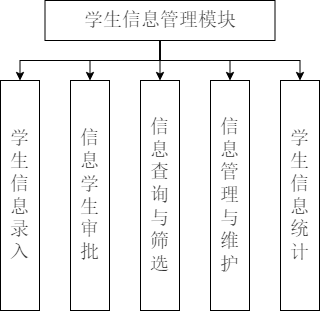
Earlier version of the draw.io export 未命名绘图.drawio.png (w1791105996/About-CSS3). Source tidied: cells renumbered, new cells last; positions are measured from the earlier drawing's top-left corner, leaving out a move shared by most shapes. The source it was exported from:
```xml
<mxGraphModel>
  <root>
    <mxCell id="0" />
    <mxCell id="1" parent="0" />
    <mxCell id="2" style="edgeStyle=orthogonalEdgeStyle;rounded=0;jettySize=auto;html=1;exitX=0.5;exitY=1;exitDx=0;exitDy=0;entryX=0.5;entryY=0;entryDx=0;entryDy=0;" parent="1" edge="1" source="7" target="10">
      <mxGeometry relative="1" as="geometry" />
    </mxCell>
    <mxCell id="3" style="edgeStyle=orthogonalEdgeStyle;rounded=0;jettySize=auto;html=1;exitX=0.5;exitY=1;exitDx=0;exitDy=0;entryX=0.5;entryY=0;entryDx=0;entryDy=0;" parent="1" edge="1" source="7" target="11">
      <mxGeometry relative="1" as="geometry" />
    </mxCell>
    <mxCell id="4" style="edgeStyle=orthogonalEdgeStyle;rounded=0;jettySize=auto;html=1;exitX=0.5;exitY=1;exitDx=0;exitDy=0;entryX=0.5;entryY=0;entryDx=0;entryDy=0;" parent="1" edge="1" source="7" target="12">
      <mxGeometry relative="1" as="geometry" />
    </mxCell>
    <mxCell id="5" style="edgeStyle=orthogonalEdgeStyle;rounded=0;jettySize=auto;html=1;exitX=0.5;exitY=1;exitDx=0;exitDy=0;entryX=0.5;entryY=0;entryDx=0;entryDy=0;" parent="1" edge="1" source="7" target="9">
      <mxGeometry relative="1" as="geometry" />
    </mxCell>
    <mxCell id="6" style="edgeStyle=orthogonalEdgeStyle;rounded=0;jettySize=auto;html=1;exitX=0.5;exitY=1;exitDx=0;exitDy=0;entryX=0.5;entryY=0;entryDx=0;entryDy=0;" parent="1" edge="1" source="7" target="8">
      <mxGeometry relative="1" as="geometry" />
    </mxCell>
    <mxCell id="7" value="&lt;span style=&quot;color: rgb(50, 50, 50); font-family: 宋体; font-size: 19px; background-color: rgba(255, 255, 255, 0.01);&quot;&gt;学生信息管理模块&lt;/span&gt;" style="rounded=0;whiteSpace=wrap;html=1;fontFamily=宋体;fontSize=19;" parent="1" vertex="1">
      <mxGeometry x="44.5" width="230" height="40" as="geometry" />
    </mxCell>
    <mxCell id="8" value="&lt;span style=&quot;color: rgb(50, 50, 50); background-color: rgba(255, 255, 255, 0.01);&quot;&gt;学生信息录入&lt;/span&gt;" style="rounded=0;whiteSpace=wrap;html=1;fontFamily=宋体;fontSize=19;" parent="1" vertex="1">
      <mxGeometry y="80" width="39" height="230" as="geometry" />
    </mxCell>
    <mxCell id="9" value="&lt;span style=&quot;color: rgb(50, 50, 50); background-color: rgba(255, 255, 255, 0.01);&quot;&gt;信息学生审批&lt;/span&gt;" style="rounded=0;whiteSpace=wrap;html=1;fontFamily=宋体;fontSize=19;" parent="1" vertex="1">
      <mxGeometry x="70" y="80" width="39" height="230" as="geometry" />
    </mxCell>
    <mxCell id="10" value="&lt;span style=&quot;color: rgb(50, 50, 50); background-color: rgba(255, 255, 255, 0.01);&quot;&gt;信息查询与筛选&lt;/span&gt;" style="rounded=0;whiteSpace=wrap;html=1;fontFamily=宋体;fontSize=19;" parent="1" vertex="1">
      <mxGeometry x="140" y="80" width="39" height="230" as="geometry" />
    </mxCell>
    <mxCell id="11" value="&lt;span style=&quot;color: rgb(50, 50, 50); background-color: rgba(255, 255, 255, 0.01);&quot;&gt;信息管理与维护&lt;/span&gt;" style="rounded=0;whiteSpace=wrap;html=1;fontFamily=宋体;fontSize=19;" parent="1" vertex="1">
      <mxGeometry x="210" y="80" width="39" height="230" as="geometry" />
    </mxCell>
    <mxCell id="12" value="&lt;span style=&quot;color: rgb(50, 50, 50); background-color: rgba(255, 255, 255, 0.01);&quot;&gt;学生信息统计&lt;/span&gt;" style="rounded=0;whiteSpace=wrap;html=1;fontFamily=宋体;fontSize=19;" parent="1" vertex="1">
      <mxGeometry x="280" y="80" width="39" height="230" as="geometry" />
    </mxCell>
  </root>
</mxGraphModel>
```
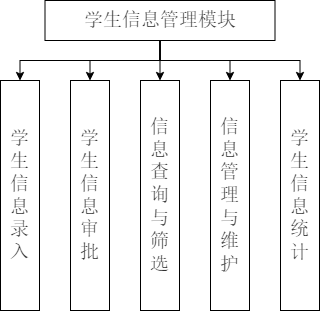
Above is the later version.

Commit message:
更新未命名绘图.drawio.png

What changed in the source:
```diff
@@ -23,7 +23,7 @@
     <mxCell id="8" value="&lt;span style=&quot;color: rgb(50, 50, 50); background-color: rgba(255, 255, 255, 0.01);&quot;&gt;学生信息录入&lt;/span&gt;" style="rounded=0;whiteSpace=wrap;html=1;fontFamily=宋体;fontSize=19;" parent="1" vertex="1">
       <mxGeometry y="80" width="39" height="230" as="geometry" />
     </mxCell>
-    <mxCell id="9" value="&lt;span style=&quot;color: rgb(50, 50, 50); background-color: rgba(255, 255, 255, 0.01);&quot;&gt;信息学生审批&lt;/span&gt;" style="rounded=0;whiteSpace=wrap;html=1;fontFamily=宋体;fontSize=19;" parent="1" vertex="1">
+    <mxCell id="9" value="&lt;span style=&quot;color: rgb(50, 50, 50); background-color: rgba(255, 255, 255, 0.01);&quot;&gt;学生信息审批&lt;/span&gt;" style="rounded=0;whiteSpace=wrap;html=1;fontFamily=宋体;fontSize=19;" parent="1" vertex="1">
       <mxGeometry x="70" y="80" width="39" height="230" as="geometry" />
     </mxCell>
     <mxCell id="10" value="&lt;span style=&quot;color: rgb(50, 50, 50); background-color: rgba(255, 255, 255, 0.01);&quot;&gt;信息查询与筛选&lt;/span&gt;" style="rounded=0;whiteSpace=wrap;html=1;fontFamily=宋体;fontSize=19;" parent="1" vertex="1">
```
